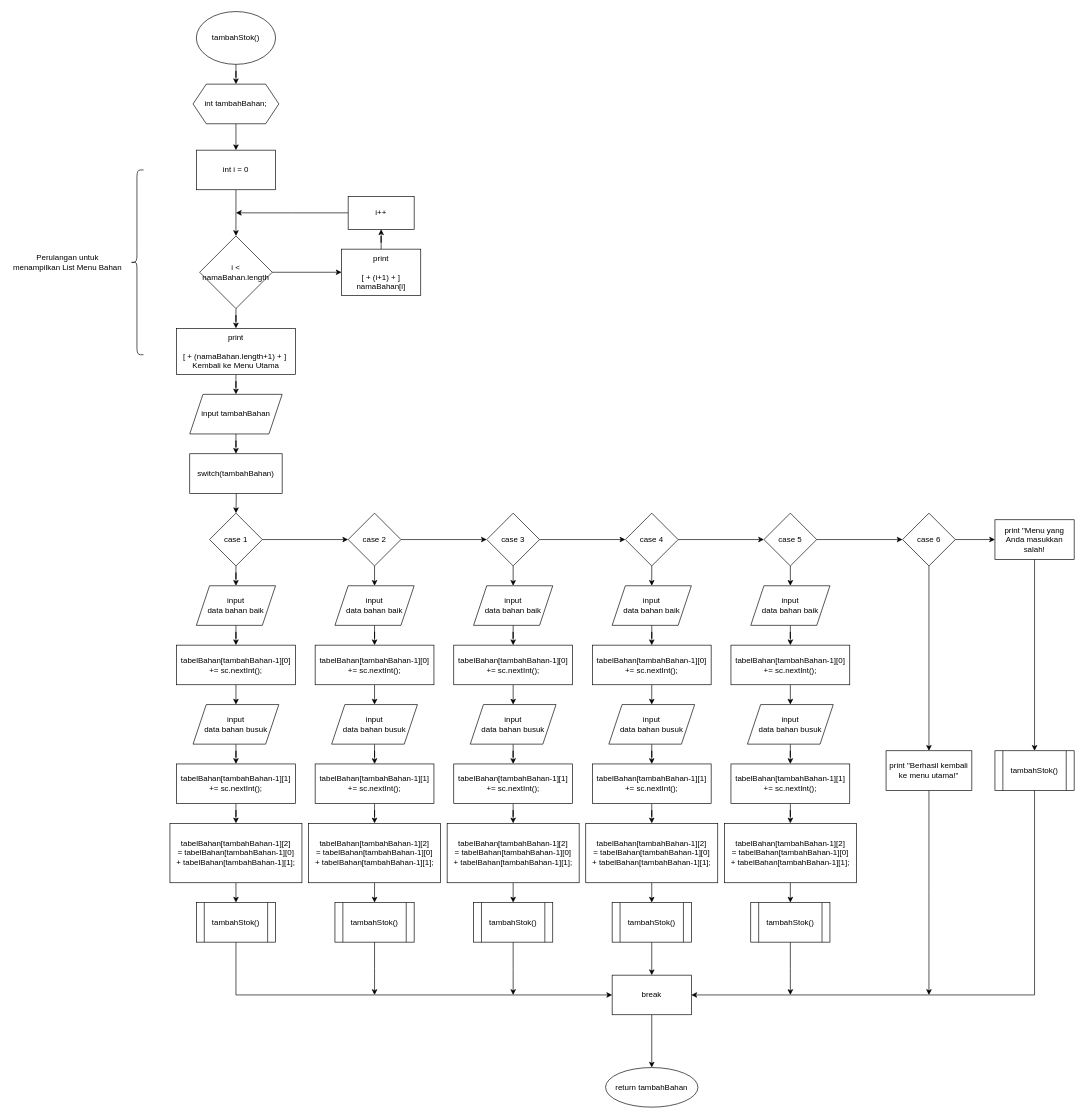
nhaidaar/daspro keeps this draw.io diagram as page "tambahStok" (6 of 9) of Tugas Akhir/Flowchart.drawio. Above is the earlier version. Source tidied: cells renumbered, new cells numbered last; positions are measured from the earlier drawing's top-left corner, leaving out a move shared by most shapes. Both pictures are drawn from the tidied source at 66%, with x=0, y=0 at pixel (11, 11).
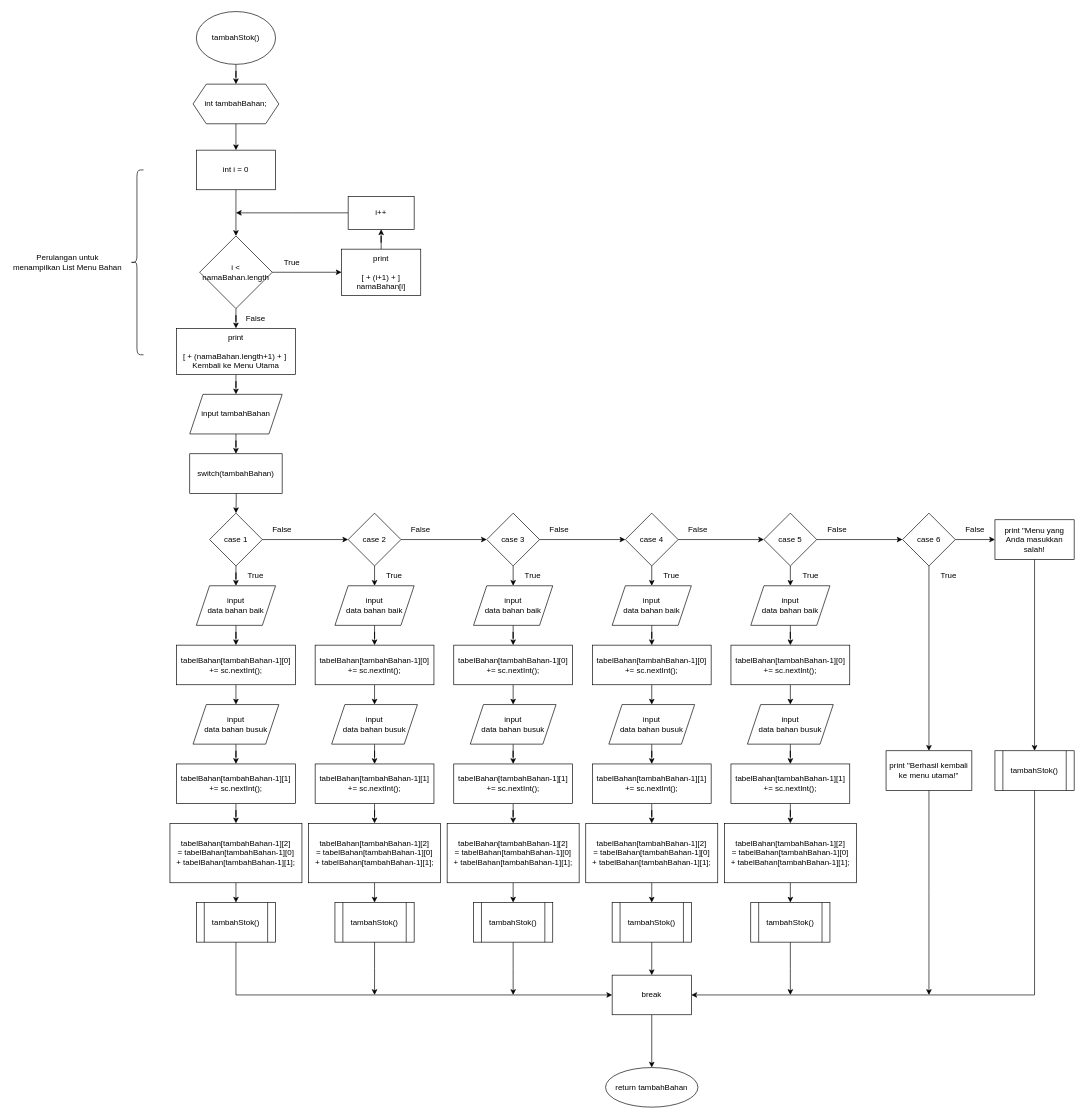
After the change.

Change to the diagram source:
```diff
@@
+    <mxCell id="115" value="True" style="text;html=1;strokeColor=none;fillColor=none;align=center;verticalAlign=middle;whiteSpace=wrap;rounded=0;" parent="1" vertex="1">
+      <mxGeometry x="395" y="365" width="60" height="30" as="geometry" />
+    </mxCell>
+    <mxCell id="116" value="False" style="text;html=1;strokeColor=none;fillColor=none;align=center;verticalAlign=middle;whiteSpace=wrap;rounded=0;" parent="1" vertex="1">
+      <mxGeometry x="340" y="450" width="60" height="30" as="geometry" />
+    </mxCell>
+    <mxCell id="117" value="True" style="text;html=1;strokeColor=none;fillColor=none;align=center;verticalAlign=middle;whiteSpace=wrap;rounded=0;" parent="1" vertex="1">
+      <mxGeometry x="340" y="840" width="60" height="30" as="geometry" />
+    </mxCell>
+    <mxCell id="118" value="False" style="text;html=1;strokeColor=none;fillColor=none;align=center;verticalAlign=middle;whiteSpace=wrap;rounded=0;" parent="1" vertex="1">
+      <mxGeometry x="380" y="770" width="60" height="30" as="geometry" />
+    </mxCell>
+    <mxCell id="119" value="True" style="text;html=1;strokeColor=none;fillColor=none;align=center;verticalAlign=middle;whiteSpace=wrap;rounded=0;" parent="1" vertex="1">
+      <mxGeometry x="550" y="840" width="60" height="30" as="geometry" />
+    </mxCell>
+    <mxCell id="120" value="False" style="text;html=1;strokeColor=none;fillColor=none;align=center;verticalAlign=middle;whiteSpace=wrap;rounded=0;" parent="1" vertex="1">
+      <mxGeometry x="590" y="770" width="60" height="30" as="geometry" />
+    </mxCell>
+    <mxCell id="121" value="True" style="text;html=1;strokeColor=none;fillColor=none;align=center;verticalAlign=middle;whiteSpace=wrap;rounded=0;" parent="1" vertex="1">
+      <mxGeometry x="760" y="840" width="60" height="30" as="geometry" />
+    </mxCell>
+    <mxCell id="122" value="False" style="text;html=1;strokeColor=none;fillColor=none;align=center;verticalAlign=middle;whiteSpace=wrap;rounded=0;" parent="1" vertex="1">
+      <mxGeometry x="800" y="770" width="60" height="30" as="geometry" />
+    </mxCell>
+    <mxCell id="123" value="True" style="text;html=1;strokeColor=none;fillColor=none;align=center;verticalAlign=middle;whiteSpace=wrap;rounded=0;" parent="1" vertex="1">
+      <mxGeometry x="970" y="840" width="60" height="30" as="geometry" />
+    </mxCell>
+    <mxCell id="124" value="False" style="text;html=1;strokeColor=none;fillColor=none;align=center;verticalAlign=middle;whiteSpace=wrap;rounded=0;" parent="1" vertex="1">
+      <mxGeometry x="1010" y="770" width="60" height="30" as="geometry" />
+    </mxCell>
+    <mxCell id="125" value="True" style="text;html=1;strokeColor=none;fillColor=none;align=center;verticalAlign=middle;whiteSpace=wrap;rounded=0;" parent="1" vertex="1">
+      <mxGeometry x="1181" y="840" width="60" height="30" as="geometry" />
+    </mxCell>
+    <mxCell id="126" value="False" style="text;html=1;strokeColor=none;fillColor=none;align=center;verticalAlign=middle;whiteSpace=wrap;rounded=0;" parent="1" vertex="1">
+      <mxGeometry x="1221" y="770" width="60" height="30" as="geometry" />
+    </mxCell>
+    <mxCell id="127" value="True" style="text;html=1;strokeColor=none;fillColor=none;align=center;verticalAlign=middle;whiteSpace=wrap;rounded=0;" parent="1" vertex="1">
+      <mxGeometry x="1390" y="840" width="60" height="30" as="geometry" />
+    </mxCell>
+    <mxCell id="128" value="False" style="text;html=1;strokeColor=none;fillColor=none;align=center;verticalAlign=middle;whiteSpace=wrap;rounded=0;" parent="1" vertex="1">
+      <mxGeometry x="1430" y="770" width="60" height="30" as="geometry" />
+    </mxCell>
```
